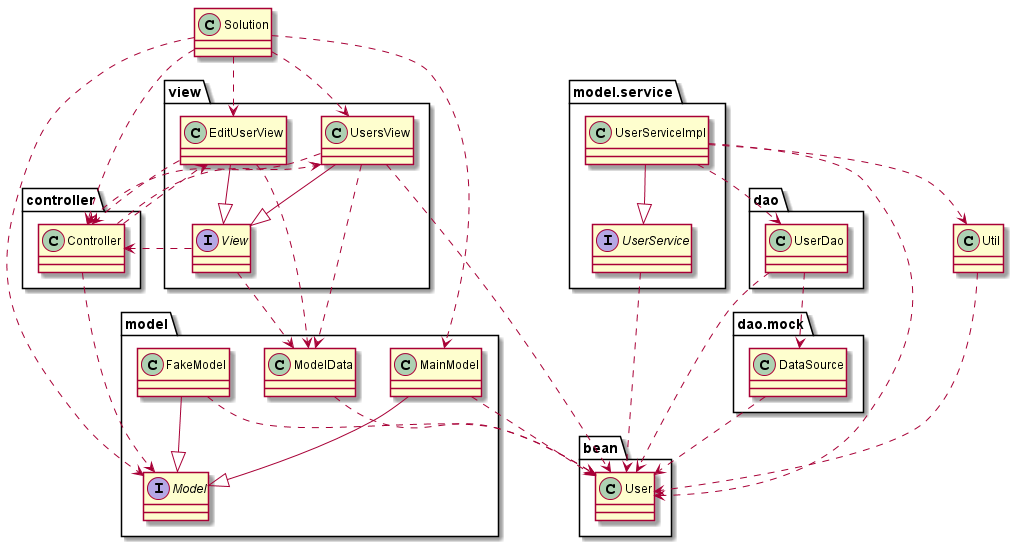
Above: 3.JavaMultithreading/src/com/javarush/task/task36/task3608/uml.png in simon-bashkirov/JavaRushTasks (PlantUML), before the change.
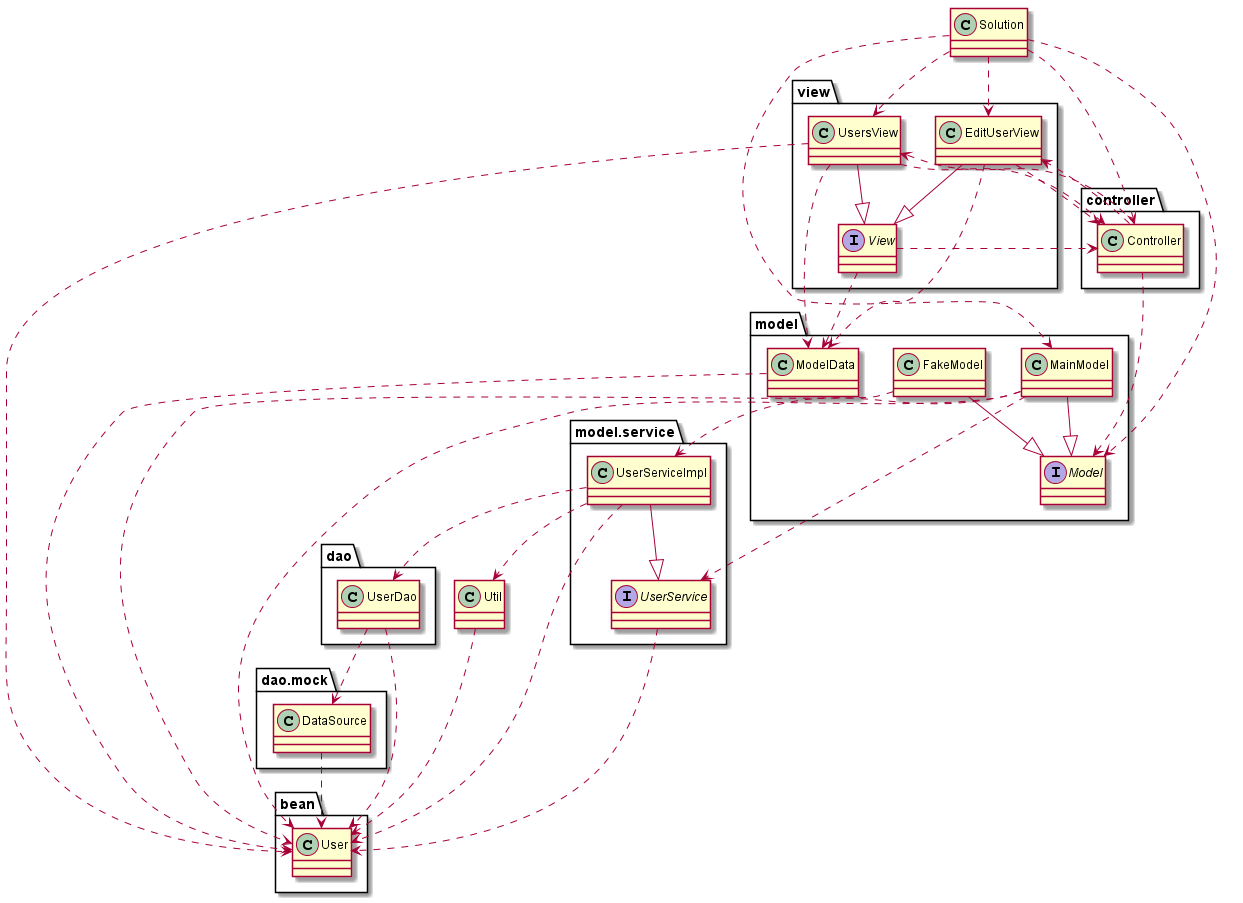
Later version of the same file.

Commit message:
task 3608 - MVC - updated UML diagram

Change to the diagram source:
```diff
@@ -29,7 +29,9 @@
 model.FakeModel ..> bean.User
 model.FakeModel --|> model.Model
 model.MainModel ..> bean.User
+model.MainModel ..> model.service.UserServiceImpl
 model.MainModel --|> model.Model
+model.MainModel ..> model.service.UserService
 model.ModelData ..> bean.User
 model.service.UserServiceImpl ..> Util
 model.service.UserServiceImpl ..> bean.User
```
